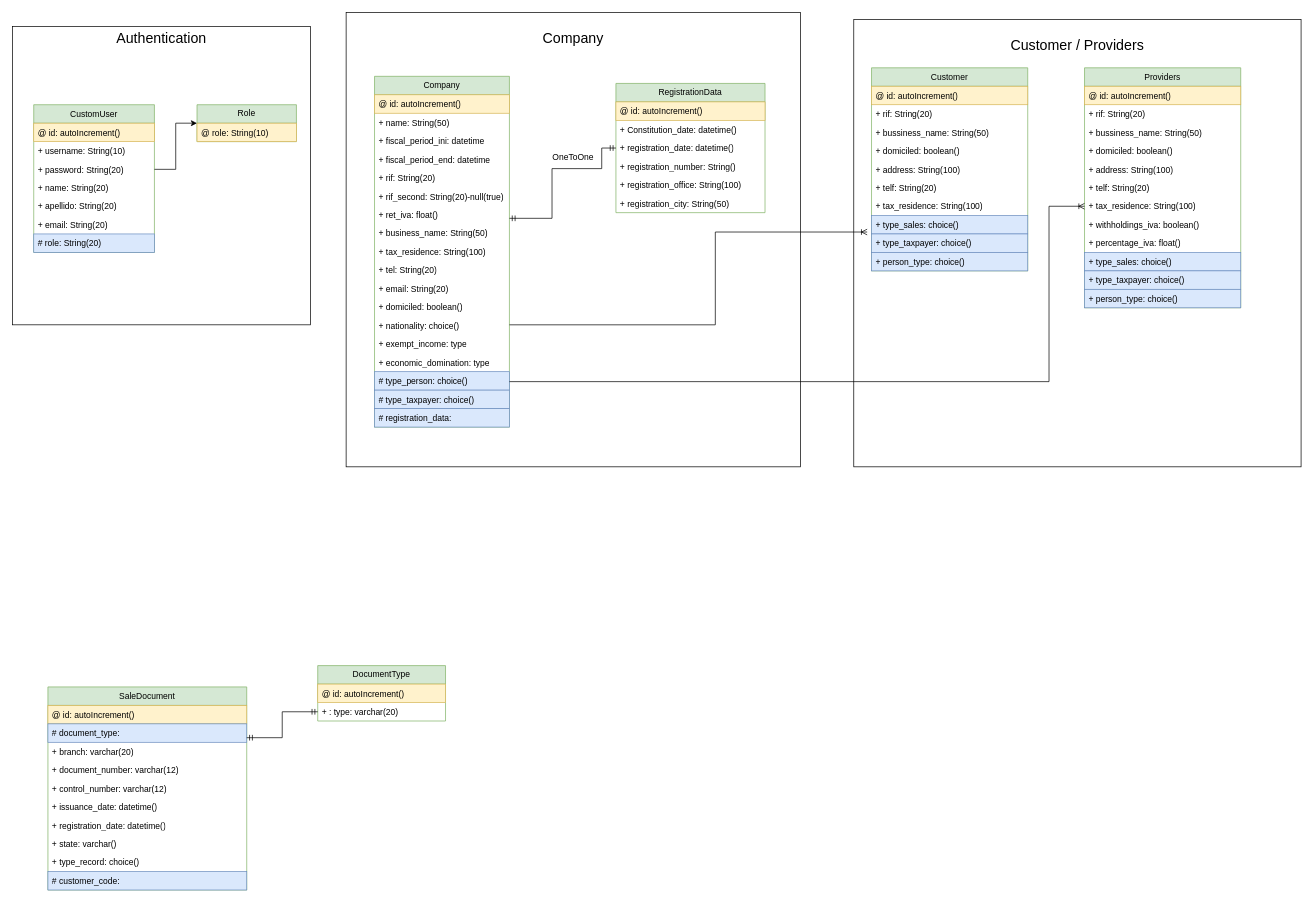
Before: diagrama-bases.drawio in iranmederos/app-contable, a draw.io diagram. Source tidied: cells renumbered, new cells numbered last; positions are measured from the earlier drawing's top-left corner, leaving out a move shared by most shapes. Both pictures are drawn from the tidied source at 71%, with x=0, y=0 at pixel (12, 12).
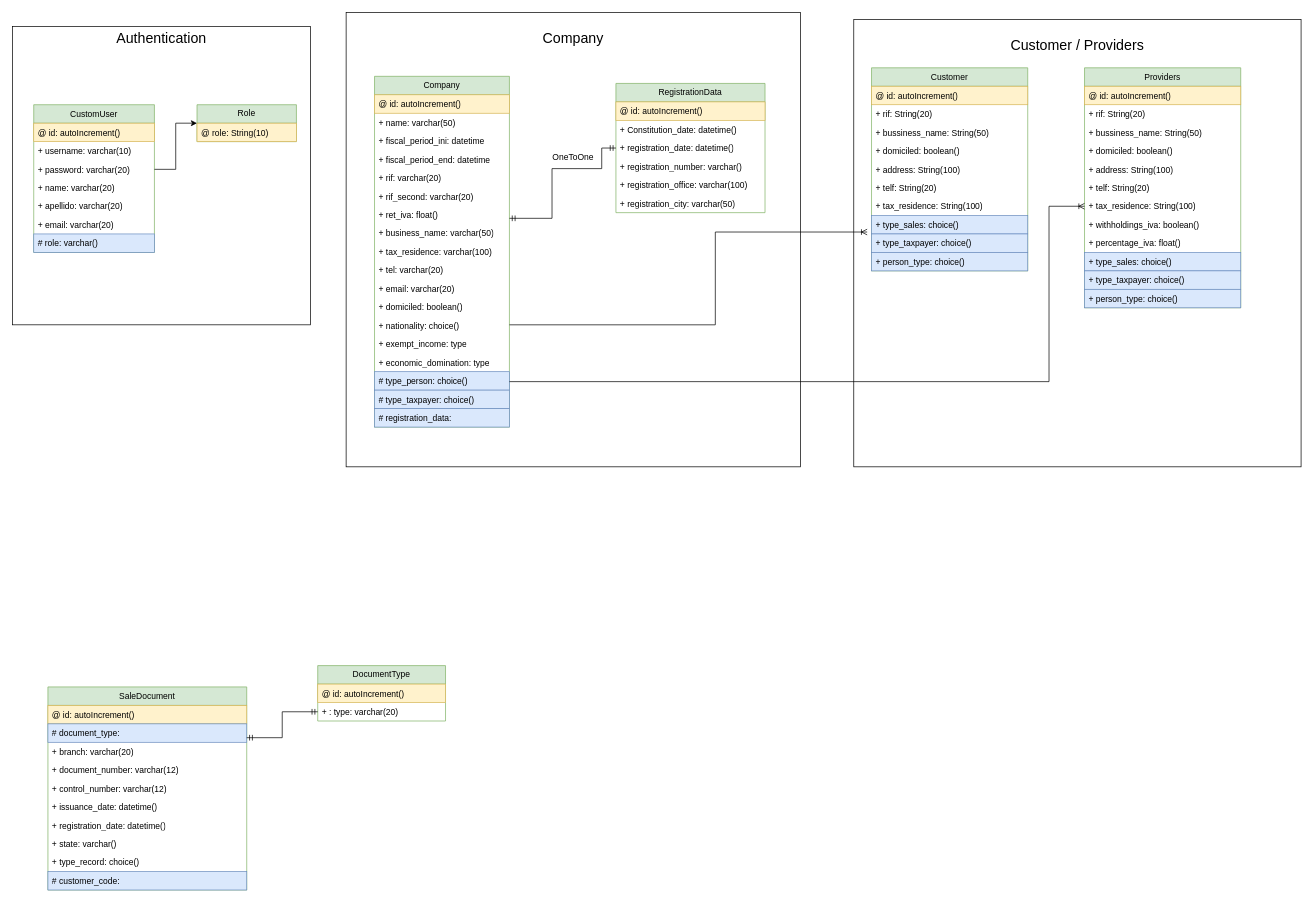
The same page after the edit.

Unchanged cells that the change refers to:
```xml
<mxCell id="5" value="CustomUser" style="swimlane;fontStyle=0;horizontal=1;startSize=26;fillColor=#d5e8d4;strokeColor=#82b366;" parent="1" vertex="1">
  <mxGeometry x="30" y="130" width="170" height="208" as="geometry" />
</mxCell>
<mxCell id="17" value="Company" style="swimlane;fontStyle=0;horizontal=1;startSize=26;fillColor=#d5e8d4;whiteSpace=wrap;html=1;strokeColor=#82b366;" parent="1" vertex="1">
  <mxGeometry x="510" y="90" width="190" height="494" as="geometry" />
</mxCell>
<mxCell id="36" value="RegistrationData" style="swimlane;fontStyle=0;horizontal=1;startSize=26;fillColor=#d5e8d4;whiteSpace=wrap;html=1;strokeColor=#82b366;" parent="1" vertex="1">
  <mxGeometry x="850" y="100" width="210" height="182" as="geometry" />
</mxCell>
```

The edit, as a diff of the source:
```diff
@@
-    <mxCell id="7" value="+ username: String(10)" style="text;align=left;verticalAlign=top;spacingLeft=4;spacingRight=4;overflow=hidden;" parent="5" vertex="1">
+    <mxCell id="7" value="+ username: varchar(10)" style="text;align=left;verticalAlign=top;spacingLeft=4;spacingRight=4;overflow=hidden;" parent="5" vertex="1">
       <mxGeometry y="52" width="170" height="26" as="geometry" />
     </mxCell>
-    <mxCell id="8" value="+ password: String(20)" style="text;strokeColor=none;fillColor=none;align=left;verticalAlign=top;spacingLeft=4;spacingRight=4;overflow=hidden;points=[[0,0.5],[1,0.5]];portConstraint=eastwest;" parent="5" vertex="1">
+    <mxCell id="8" value="+ password: varchar(20)" style="text;strokeColor=none;fillColor=none;align=left;verticalAlign=top;spacingLeft=4;spacingRight=4;overflow=hidden;points=[[0,0.5],[1,0.5]];portConstraint=eastwest;" parent="5" vertex="1">
       <mxGeometry y="78" width="170" height="26" as="geometry" />
     </mxCell>
-    <mxCell id="9" value="+ name: String(20)&#10;" style="text;strokeColor=none;fillColor=none;align=left;verticalAlign=top;spacingLeft=4;spacingRight=4;overflow=hidden;" parent="5" vertex="1">
+    <mxCell id="9" value="+ name: varchar(20)&#10;" style="text;strokeColor=none;fillColor=none;align=left;verticalAlign=top;spacingLeft=4;spacingRight=4;overflow=hidden;" parent="5" vertex="1">
       <mxGeometry y="104" width="170" height="26" as="geometry" />
     </mxCell>
-    <mxCell id="10" value="+ apellido: String(20)&#10;" style="text;strokeColor=none;fillColor=none;align=left;verticalAlign=top;spacingLeft=4;spacingRight=4;overflow=hidden;" parent="5" vertex="1">
+    <mxCell id="10" value="+ apellido: varchar(20)&#10;" style="text;strokeColor=none;fillColor=none;align=left;verticalAlign=top;spacingLeft=4;spacingRight=4;overflow=hidden;" parent="5" vertex="1">
       <mxGeometry y="130" width="170" height="26" as="geometry" />
     </mxCell>
-    <mxCell id="11" value="+ email: String(20)&#10;" style="text;strokeColor=none;fillColor=none;align=left;verticalAlign=top;spacingLeft=4;spacingRight=4;overflow=hidden;" parent="5" vertex="1">
+    <mxCell id="11" value="+ email: varchar(20)&#10;" style="text;strokeColor=none;fillColor=none;align=left;verticalAlign=top;spacingLeft=4;spacingRight=4;overflow=hidden;" parent="5" vertex="1">
       <mxGeometry y="156" width="170" height="26" as="geometry" />
     </mxCell>
-    <mxCell id="12" value="# role: String(20)&#10;" style="text;strokeColor=#6c8ebf;fillColor=#dae8fc;align=left;verticalAlign=top;spacingLeft=4;spacingRight=4;overflow=hidden;" parent="5" vertex="1">
+    <mxCell id="12" value="# role: varchar()" style="text;strokeColor=#6c8ebf;fillColor=#dae8fc;align=left;verticalAlign=top;spacingLeft=4;spacingRight=4;overflow=hidden;" parent="5" vertex="1">
       <mxGeometry y="182" width="170" height="26" as="geometry" />
     </mxCell>
@@
-    <mxCell id="19" value="+ name: String(50)" style="text;strokeColor=none;fillColor=none;align=left;verticalAlign=top;spacingLeft=4;spacingRight=4;overflow=hidden;whiteSpace=wrap;html=1;" parent="17" vertex="1">
+    <mxCell id="19" value="+ name:&amp;nbsp;varchar(50)" style="text;strokeColor=none;fillColor=none;align=left;verticalAlign=top;spacingLeft=4;spacingRight=4;overflow=hidden;whiteSpace=wrap;html=1;" parent="17" vertex="1">
       <mxGeometry y="52" width="190" height="26" as="geometry" />
     </mxCell>
@@
-    <mxCell id="22" value="+ rif: String(20)" style="text;strokeColor=none;fillColor=none;align=left;verticalAlign=top;spacingLeft=4;spacingRight=4;overflow=hidden;whiteSpace=wrap;html=1;" parent="17" vertex="1">
+    <mxCell id="22" value="+ rif:&amp;nbsp;varchar(20)" style="text;strokeColor=none;fillColor=none;align=left;verticalAlign=top;spacingLeft=4;spacingRight=4;overflow=hidden;whiteSpace=wrap;html=1;" parent="17" vertex="1">
       <mxGeometry y="130" width="190" height="26" as="geometry" />
     </mxCell>
-    <mxCell id="23" value="+ rif_second: String(20)-null(true)" style="text;strokeColor=none;fillColor=none;align=left;verticalAlign=top;spacingLeft=4;spacingRight=4;overflow=hidden;whiteSpace=wrap;html=1;" parent="17" vertex="1">
+    <mxCell id="23" value="+ rif_second:&amp;nbsp;varchar(20)" style="text;strokeColor=none;fillColor=none;align=left;verticalAlign=top;spacingLeft=4;spacingRight=4;overflow=hidden;whiteSpace=wrap;html=1;" parent="17" vertex="1">
       <mxGeometry y="156" width="190" height="26" as="geometry" />
     </mxCell>
@@
-    <mxCell id="25" value="+ business_name: String(50)" style="text;strokeColor=none;fillColor=none;align=left;verticalAlign=top;spacingLeft=4;spacingRight=4;overflow=hidden;whiteSpace=wrap;html=1;" parent="17" vertex="1">
+    <mxCell id="25" value="+ business_name:&amp;nbsp;varchar(50)" style="text;strokeColor=none;fillColor=none;align=left;verticalAlign=top;spacingLeft=4;spacingRight=4;overflow=hidden;whiteSpace=wrap;html=1;" parent="17" vertex="1">
       <mxGeometry y="208" width="190" height="26" as="geometry" />
     </mxCell>
-    <mxCell id="26" value="+ tax_residence: String(100)" style="text;strokeColor=none;fillColor=none;align=left;verticalAlign=top;spacingLeft=4;spacingRight=4;overflow=hidden;whiteSpace=wrap;html=1;" parent="17" vertex="1">
+    <mxCell id="26" value="+ tax_residence:&amp;nbsp;varchar(100)" style="text;strokeColor=none;fillColor=none;align=left;verticalAlign=top;spacingLeft=4;spacingRight=4;overflow=hidden;whiteSpace=wrap;html=1;" parent="17" vertex="1">
       <mxGeometry y="234" width="190" height="26" as="geometry" />
     </mxCell>
-    <mxCell id="27" value="+ tel: String(20)" style="text;strokeColor=none;fillColor=none;align=left;verticalAlign=top;spacingLeft=4;spacingRight=4;overflow=hidden;whiteSpace=wrap;html=1;" parent="17" vertex="1">
+    <mxCell id="27" value="+ tel:&amp;nbsp;varchar(20)" style="text;strokeColor=none;fillColor=none;align=left;verticalAlign=top;spacingLeft=4;spacingRight=4;overflow=hidden;whiteSpace=wrap;html=1;" parent="17" vertex="1">
       <mxGeometry y="260" width="190" height="26" as="geometry" />
     </mxCell>
-    <mxCell id="28" value="+ email: String(20)" style="text;strokeColor=none;fillColor=none;align=left;verticalAlign=top;spacingLeft=4;spacingRight=4;overflow=hidden;whiteSpace=wrap;html=1;" parent="17" vertex="1">
+    <mxCell id="28" value="+ email:&amp;nbsp;varchar(20)" style="text;strokeColor=none;fillColor=none;align=left;verticalAlign=top;spacingLeft=4;spacingRight=4;overflow=hidden;whiteSpace=wrap;html=1;" parent="17" vertex="1">
       <mxGeometry y="286" width="190" height="26" as="geometry" />
     </mxCell>
@@
-    <mxCell id="40" value="+ registration_number: String()" style="text;strokeColor=none;fillColor=none;align=left;verticalAlign=top;spacingLeft=4;spacingRight=4;overflow=hidden;whiteSpace=wrap;html=1;" parent="36" vertex="1">
+    <mxCell id="40" value="+ registration_number:&amp;nbsp;varchar()" style="text;strokeColor=none;fillColor=none;align=left;verticalAlign=top;spacingLeft=4;spacingRight=4;overflow=hidden;whiteSpace=wrap;html=1;" parent="36" vertex="1">
       <mxGeometry y="104" width="210" height="26" as="geometry" />
     </mxCell>
-    <mxCell id="41" value="+ registration_office: String(100)" style="text;strokeColor=none;fillColor=none;align=left;verticalAlign=top;spacingLeft=4;spacingRight=4;overflow=hidden;whiteSpace=wrap;html=1;" parent="36" vertex="1">
+    <mxCell id="41" value="+ registration_office:&amp;nbsp;varchar(100)" style="text;strokeColor=none;fillColor=none;align=left;verticalAlign=top;spacingLeft=4;spacingRight=4;overflow=hidden;whiteSpace=wrap;html=1;" parent="36" vertex="1">
       <mxGeometry y="130" width="210" height="26" as="geometry" />
     </mxCell>
-    <mxCell id="42" value="+ registration_city: String(50)" style="text;strokeColor=none;fillColor=none;align=left;verticalAlign=top;spacingLeft=4;spacingRight=4;overflow=hidden;whiteSpace=wrap;html=1;" parent="36" vertex="1">
+    <mxCell id="42" value="+ registration_city:&amp;nbsp;varchar(50)" style="text;strokeColor=none;fillColor=none;align=left;verticalAlign=top;spacingLeft=4;spacingRight=4;overflow=hidden;whiteSpace=wrap;html=1;" parent="36" vertex="1">
       <mxGeometry y="156" width="210" height="26" as="geometry" />
     </mxCell>
```
